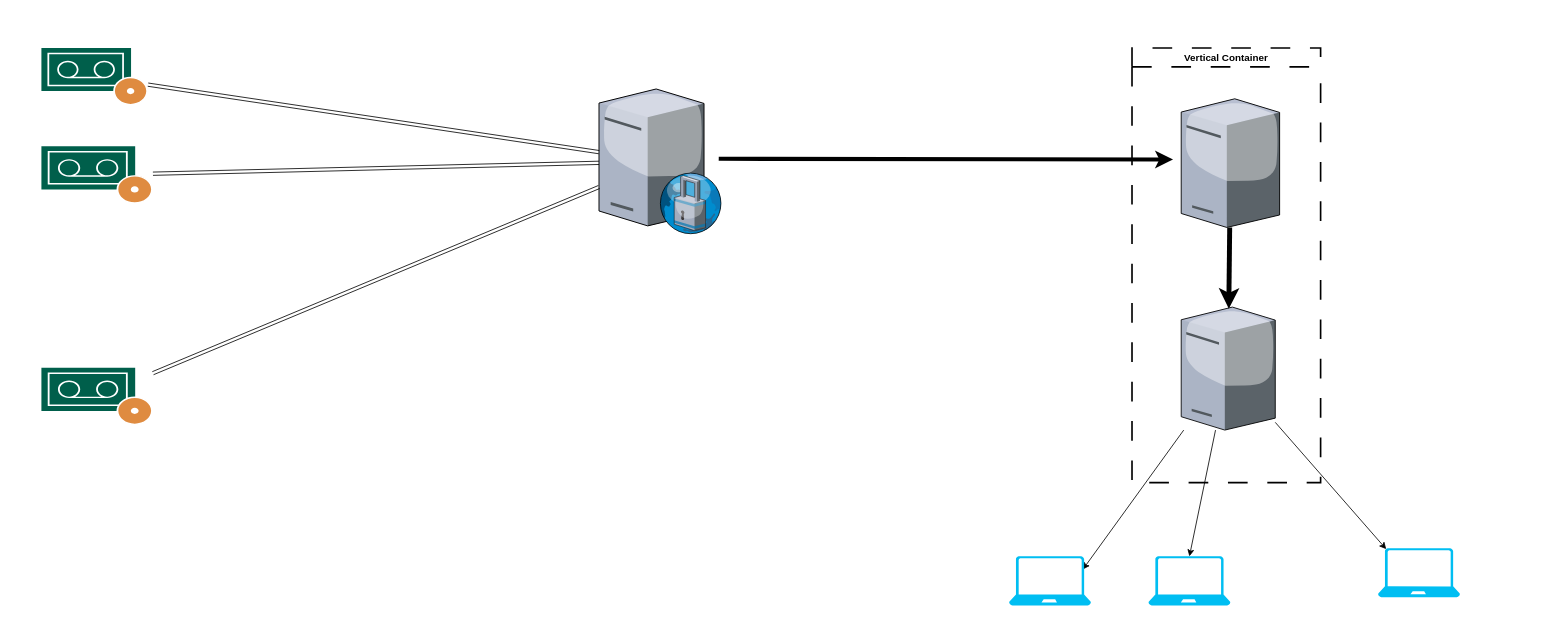
Earlier version of the draw.io diagram Untitled Diagram.drawio (Lehuutuong/Project). Source tidied: cells renumbered, new cells numbered last; positions are measured from the earlier drawing's top-left corner, leaving out a move shared by most shapes. Both pictures are drawn from the tidied source at 82%, with x=0, y=0 at pixel (41, 48).
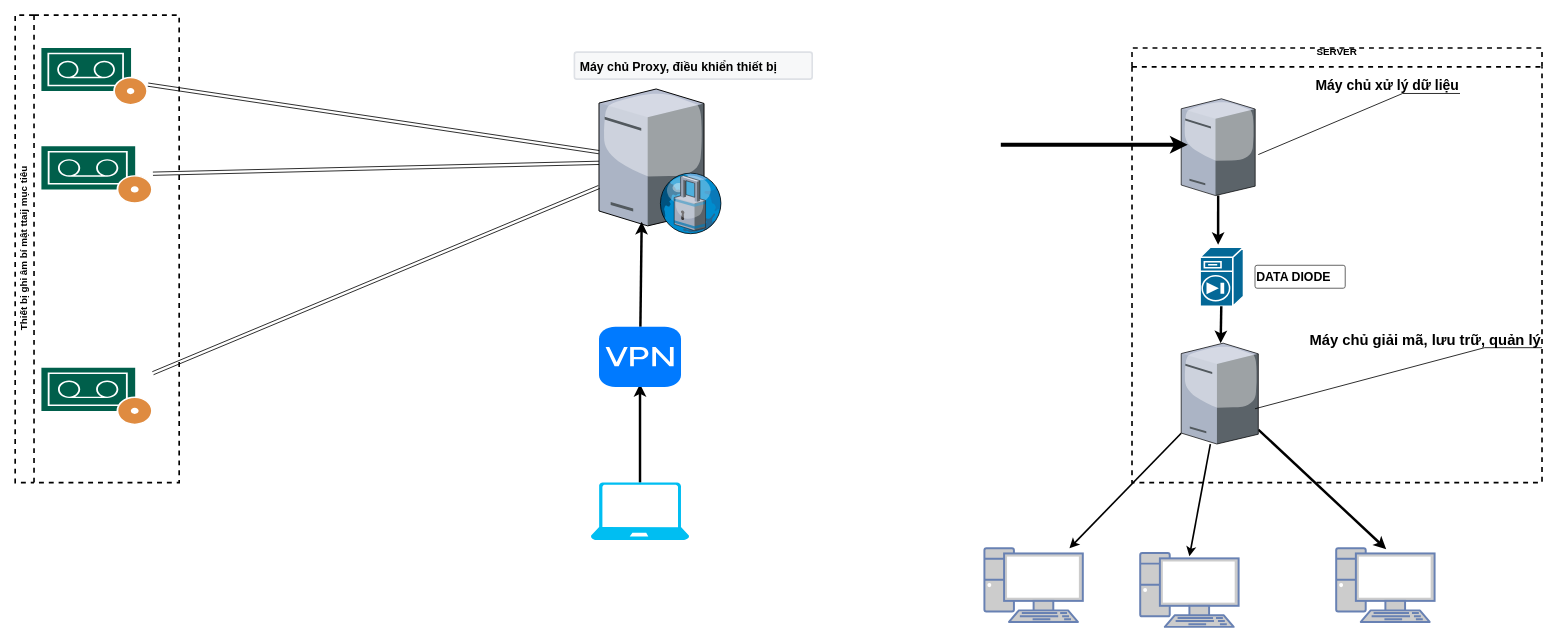
The same diagram, later.

Unchanged cells that the change refers to:
```xml
<mxCell id="9" style="verticalLabelPosition=bottom;sketch=0;html=1;verticalAlign=top;strokeColor=none;align=center;outlineConnect=0;shape=mxgraph.citrix.proxy_server;" parent="1" vertex="1">
  <mxGeometry x="680" y="50" width="150" height="176.5" as="geometry" />
</mxCell>
```

What changed in the source:
```diff
@@
-    <mxCell id="2" style="rounded=0;jettySize=auto;html=1;entryX=0.9;entryY=0.267;entryDx=0;entryDy=0;entryPerimeter=0;" parent="1" edge="1" source="5" target="16">
-      <mxGeometry relative="1" as="geometry" />
-    </mxCell>
-    <mxCell id="3" style="rounded=0;jettySize=auto;html=1;entryX=0.5;entryY=0;entryDx=0;entryDy=0;entryPerimeter=0;" parent="1" edge="1" source="5" target="17">
-      <mxGeometry relative="1" as="geometry" />
+    <mxCell id="3" style="rounded=0;jettySize=auto;html=1;entryX=0.5;entryY=0;entryDx=0;entryDy=0;entryPerimeter=0;strokeWidth=2;" parent="1" edge="1" source="5">
+      <mxGeometry relative="1" as="geometry">
+        <mxPoint x="1400" y="620" as="targetPoint" />
+      </mxGeometry>
     </mxCell>
-    <mxCell id="4" style="edgeStyle=none;rounded=0;jettySize=auto;html=1;entryX=0.1;entryY=0.02;entryDx=0;entryDy=0;entryPerimeter=0;" parent="1" edge="1" source="5" target="18">
-      <mxGeometry relative="1" as="geometry" />
+    <mxCell id="4" style="edgeStyle=none;rounded=0;jettySize=auto;html=1;entryX=0.1;entryY=0.02;entryDx=0;entryDy=0;entryPerimeter=0;strokeWidth=3;" parent="1" edge="1" source="5">
+      <mxGeometry relative="1" as="geometry">
+        <mxPoint x="1640" y="611.2" as="targetPoint" />
+      </mxGeometry>
     </mxCell>
+    <mxCell id="20" style="edgeStyle=none;rounded=0;jettySize=auto;html=1;strokeWidth=2;" parent="1" edge="1" source="5" target="32">
+      <mxGeometry relative="1" as="geometry" />
+    </mxCell>
     <mxCell id="5" style="verticalLabelPosition=bottom;html=1;verticalAlign=top;strokeColor=none;shape=mxgraph.citrix.tower_server;rounded=0;shadow=0;comic=0;fontFamily=Verdana;" parent="1" vertex="1">
-      <mxGeometry x="1390" y="316" width="114.7" height="150" as="geometry" />
+      <mxGeometry x="1390" y="360" width="94" height="123" as="geometry" />
     </mxCell>
-    <mxCell id="6" style="edgeStyle=none;rounded=0;jettySize=auto;html=1;entryX=0.506;entryY=0.013;entryDx=0;entryDy=0;entryPerimeter=0;strokeWidth=6;" parent="1" edge="1" source="7" target="5">
-      <mxGeometry relative="1" as="geometry" />
-    </mxCell>
+    <mxCell id="21" style="edgeStyle=none;rounded=0;jettySize=auto;html=1;strokeWidth=3;" parent="1" edge="1" source="7">
+      <mxGeometry relative="1" as="geometry">
+        <mxPoint x="1435" y="240" as="targetPoint" />
+      </mxGeometry>
+    </mxCell>
     <mxCell id="7" style="verticalLabelPosition=bottom;html=1;verticalAlign=top;strokeColor=none;shape=mxgraph.citrix.tower_server;rounded=0;shadow=0;comic=0;fontFamily=Verdana;" parent="1" vertex="1">
-      <mxGeometry x="1390" y="62" width="120" height="156.9" as="geometry" />
+      <mxGeometry x="1390" y="62" width="90.2" height="118" as="geometry" />
     </mxCell>
-    <mxCell id="8" style="edgeStyle=none;rounded=0;jettySize=auto;html=1;entryX=-0.083;entryY=0.472;entryDx=0;entryDy=0;entryPerimeter=0;strokeWidth=5;" parent="1" edge="1" target="7">
+    <mxCell id="8" style="edgeStyle=none;rounded=0;jettySize=auto;html=1;entryX=0.089;entryY=0.475;entryDx=0;entryDy=0;entryPerimeter=0;strokeWidth=5;" parent="1" edge="1" target="7">
       <mxGeometry relative="1" as="geometry">
-        <mxPoint x="826" y="135.1" as="sourcePoint" />
+        <mxPoint x="1170" y="118" as="sourcePoint" />
+        <Array as="points">
+          <mxPoint x="1344" y="118" />
+        </Array>
       </mxGeometry>
     </mxCell>
@@
+    <mxCell id="22" style="rounded=0;jettySize=auto;html=1;exitX=0.5;exitY=0;exitDx=0;exitDy=0;exitPerimeter=0;entryX=0.5;entryY=0.95;entryDx=0;entryDy=0;entryPerimeter=0;strokeWidth=3;" parent="1" edge="1" source="16" target="34">
+      <mxGeometry relative="1" as="geometry" />
+    </mxCell>
     <mxCell id="16" style="verticalLabelPosition=bottom;html=1;verticalAlign=top;align=center;strokeColor=none;fillColor=#00BEF2;shape=mxgraph.azure.laptop;" parent="1" vertex="1">
-      <mxGeometry x="1180" y="620" width="100" height="60" as="geometry" />
+      <mxGeometry x="670" y="530" width="120" height="70" as="geometry" />
     </mxCell>
-    <mxCell id="17" style="verticalLabelPosition=bottom;html=1;verticalAlign=top;align=center;strokeColor=none;fillColor=#00BEF2;shape=mxgraph.azure.laptop;" parent="1" vertex="1">
-      <mxGeometry x="1350" y="620" width="100" height="60" as="geometry" />
-    </mxCell>
-    <mxCell id="18" style="verticalLabelPosition=bottom;html=1;verticalAlign=top;align=center;strokeColor=none;fillColor=#00BEF2;shape=mxgraph.azure.laptop;" parent="1" vertex="1">
-      <mxGeometry x="1630" y="610" width="100" height="60" as="geometry" />
-    </mxCell>
-    <mxCell id="19" value="Vertical Container" style="swimlane;whiteSpace=wrap;html=1;dashed=1;dashPattern=12 12;strokeWidth=2;" parent="1" vertex="1">
-      <mxGeometry x="1330" width="230" height="530" as="geometry" />
+    <mxCell id="19" value="&lt;div&gt;SERVER&lt;/div&gt;&lt;div&gt;&lt;br&gt;&lt;/div&gt;" style="swimlane;whiteSpace=wrap;html=1;dashed=1;strokeWidth=2;" parent="1" vertex="1">
+      <mxGeometry x="1330" width="500" height="530" as="geometry" />
     </mxCell>
+    <mxCell id="23" style="shape=mxgraph.cisco.security.centri_firewall;html=1;dashed=0;fillColor=#036897;strokeColor=#ffffff;strokeWidth=2;verticalLabelPosition=bottom;verticalAlign=top;align=center;outlineConnect=0;" parent="19" vertex="1">
+      <mxGeometry x="83" y="243" width="53" height="72" as="geometry" />
+    </mxCell>
+    <mxCell id="24" style="edgeStyle=none;rounded=0;orthogonalLoop=1;jettySize=auto;html=1;entryX=0.5;entryY=0;entryDx=0;entryDy=0;entryPerimeter=0;" parent="19" edge="1" source="23" target="23">
+      <mxGeometry relative="1" as="geometry" />
+    </mxCell>
+    <mxCell id="25" value="&lt;b&gt;&lt;font color=&quot;#000000&quot;&gt;Máy chủ xử lý dữ liệu&lt;/font&gt;&lt;/b&gt;" style="strokeWidth=1;shadow=0;dashed=0;align=center;html=1;shape=mxgraph.mockup.text.callout;linkText=;textSize=17;textColor=#666666;callDir=NE;callStyle=line;fontSize=17;fontColor=#666666;align=right;verticalAlign=top;strokeColor=#000000;" parent="19" vertex="1">
+      <mxGeometry x="154" y="30" width="246" height="100" as="geometry" />
+    </mxCell>
+    <mxCell id="26" value="&lt;font style=&quot;font-size: 15px;&quot;&gt;&lt;b&gt;DATA DIODE&lt;/b&gt;&lt;/font&gt;" style="strokeWidth=1;html=1;shadow=0;dashed=0;shape=mxgraph.ios.iTextInput;strokeColor=#444444;buttonText=;fontSize=8;whiteSpace=wrap;align=left;" parent="19" vertex="1">
+      <mxGeometry x="150" y="265" width="110" height="28" as="geometry" />
+    </mxCell>
+    <mxCell id="27" value="&lt;font style=&quot;font-size: 18px;&quot; color=&quot;#000000&quot;&gt;&lt;b&gt;Máy chủ giải mã, lưu trữ, quản lý&lt;/b&gt;&lt;/font&gt;" style="strokeWidth=1;shadow=0;dashed=0;align=center;html=1;shape=mxgraph.mockup.text.callout;linkText=;textSize=17;textColor=#666666;callDir=NE;callStyle=line;fontSize=17;fontColor=#666666;align=right;verticalAlign=top;strokeColor=#000000;" parent="19" vertex="1">
+      <mxGeometry x="150" y="340" width="350" height="100" as="geometry" />
+    </mxCell>
+    <mxCell id="28" value="Thiết bị ghi âm bí mật ttaij mục tiêu" style="swimlane;horizontal=0;whiteSpace=wrap;html=1;dashed=1;strokeWidth=2;" parent="1" vertex="1">
+      <mxGeometry x="-32" y="-40" width="200" height="570" as="geometry" />
+    </mxCell>
+    <mxCell id="29" style="rounded=0;jettySize=auto;html=1;strokeWidth=3;" parent="1" edge="1" source="23" target="5">
+      <mxGeometry relative="1" as="geometry" />
+    </mxCell>
+    <mxCell id="30" style="fontColor=#0066CC;verticalAlign=top;verticalLabelPosition=bottom;labelPosition=center;align=center;html=1;fillColor=#CCCCCC;strokeColor=#6881B3;gradientColor=none;gradientDirection=north;strokeWidth=2;shape=mxgraph.networks.pc;" parent="1" vertex="1">
+      <mxGeometry x="1340" y="616" width="120" height="90" as="geometry" />
+    </mxCell>
+    <mxCell id="31" style="fontColor=#0066CC;verticalAlign=top;verticalLabelPosition=bottom;labelPosition=center;align=center;html=1;fillColor=#CCCCCC;strokeColor=#6881B3;gradientColor=none;gradientDirection=north;strokeWidth=2;shape=mxgraph.networks.pc;" parent="1" vertex="1">
+      <mxGeometry x="1579" y="610" width="120" height="90" as="geometry" />
+    </mxCell>
+    <mxCell id="32" style="fontColor=#0066CC;verticalAlign=top;verticalLabelPosition=bottom;labelPosition=center;align=center;html=1;outlineConnect=0;fillColor=#CCCCCC;strokeColor=#6881B3;gradientColor=none;gradientDirection=north;strokeWidth=2;shape=mxgraph.networks.pc;" parent="1" vertex="1">
+      <mxGeometry x="1150" y="610" width="120" height="90" as="geometry" />
+    </mxCell>
+    <mxCell id="33" style="edgeStyle=none;rounded=0;jettySize=auto;html=1;entryX=0.347;entryY=0.918;entryDx=0;entryDy=0;entryPerimeter=0;strokeWidth=3;" parent="1" edge="1" source="34" target="9">
+      <mxGeometry relative="1" as="geometry" />
+    </mxCell>
+    <mxCell id="34" style="html=1;strokeWidth=1;shadow=0;dashed=0;shape=mxgraph.ios7.misc.vpn;fillColor=#007AFF;strokeColor=none;buttonText=;strokeColor2=#222222;fontColor=#222222;fontSize=8;verticalLabelPosition=bottom;verticalAlign=top;align=center;sketch=0;" parent="1" vertex="1">
+      <mxGeometry x="680" y="340" width="100" height="73.5" as="geometry" />
+    </mxCell>
+    <mxCell id="35" value="&lt;b&gt;&lt;font style=&quot;font-size: 15px;&quot; color=&quot;#000000&quot;&gt;Máy chủ Proxy, điều khiển thiết bị&lt;/font&gt;&lt;/b&gt;" style="rounded=1;arcSize=9;fillColor=#F7F8F9;align=left;spacingLeft=5;strokeColor=#DEE1E6;html=1;strokeWidth=2;fontColor=#596780;fontSize=12;" parent="1" vertex="1">
+      <mxGeometry x="650" y="5" width="290" height="33" as="geometry" />
+    </mxCell>
```
